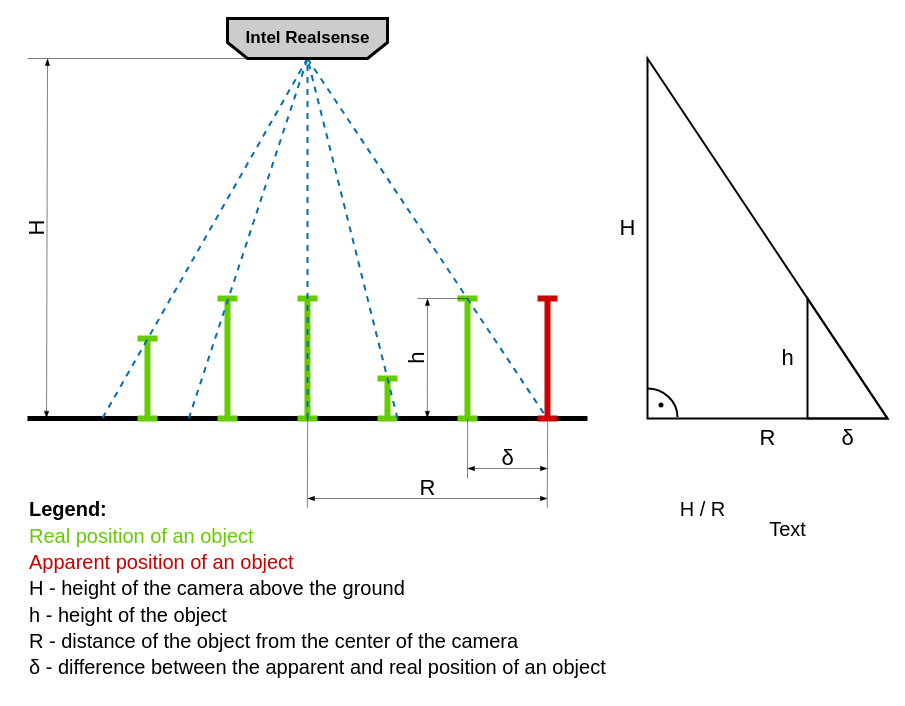
The draw.io diagram Parallax_error.drawio in ZbudujeRoboty/Past-Projects, before the edit. Source tidied: cells renumbered, new cells numbered last; positions are measured from the earlier drawing's top-left corner, leaving out a move shared by most shapes. Both pictures are drawn from the tidied source at 100%, with x=0, y=0 at pixel (17, 18). Pictures stored in the file or linked from it are replaced by grey dashed boxes.
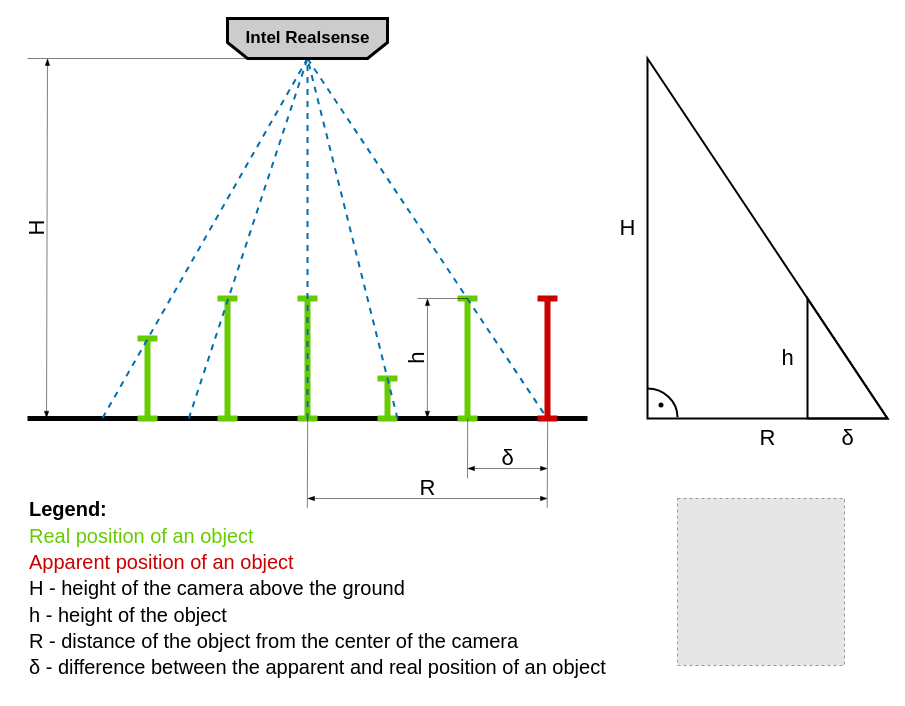
The same diagram, later.

What changed in the source:
```diff
@@
-    <mxCell id="38" value="&lt;font color=&quot;#000000&quot;&gt;H / R&lt;/font&gt;" style="text;html=1;align=center;verticalAlign=middle;strokeColor=none;fillColor=none;fontSize=20;fontColor=#CC0000;" parent="1" vertex="1">
-      <mxGeometry x="650" y="470" width="70" height="40" as="geometry" />
-    </mxCell>
-    <mxCell id="39" value="Text" style="text;html=1;align=center;verticalAlign=middle;strokeColor=none;fillColor=none;fontSize=20;fontColor=#000000;" parent="1" vertex="1">
-      <mxGeometry x="750" y="500" width="40" height="20" as="geometry" />
-    </mxCell>
+    <mxCell id="40" style="fillColor=#E6E6E6;strokeColor=#999999;dashed=1;verticalLabelPosition=bottom;labelBackgroundColor=default;verticalAlign=top;" parent="1" vertex="1">
+      <mxGeometry x="660" y="480" width="167" height="167" as="geometry" />
+    </mxCell>
```
